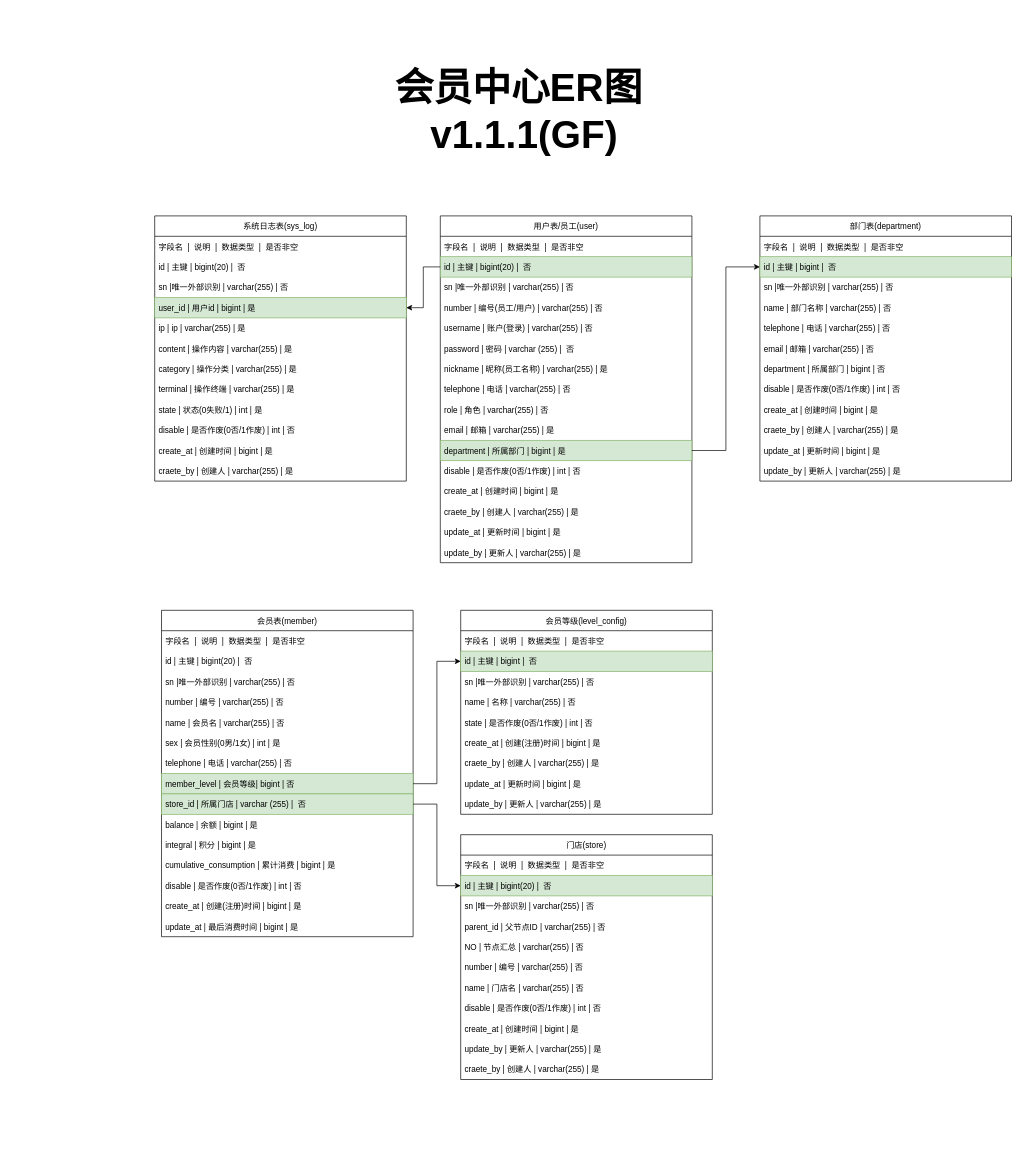
Above: er/tf/会员中心.drawio in GF521123/file (draw.io), before the change. Source tidied: cells renumbered, new cells numbered last; positions are measured from the earlier drawing's top-left corner, leaving out a move shared by most shapes. Both pictures are drawn from the tidied source at 68%, with x=0, y=0 at pixel (154, 59).
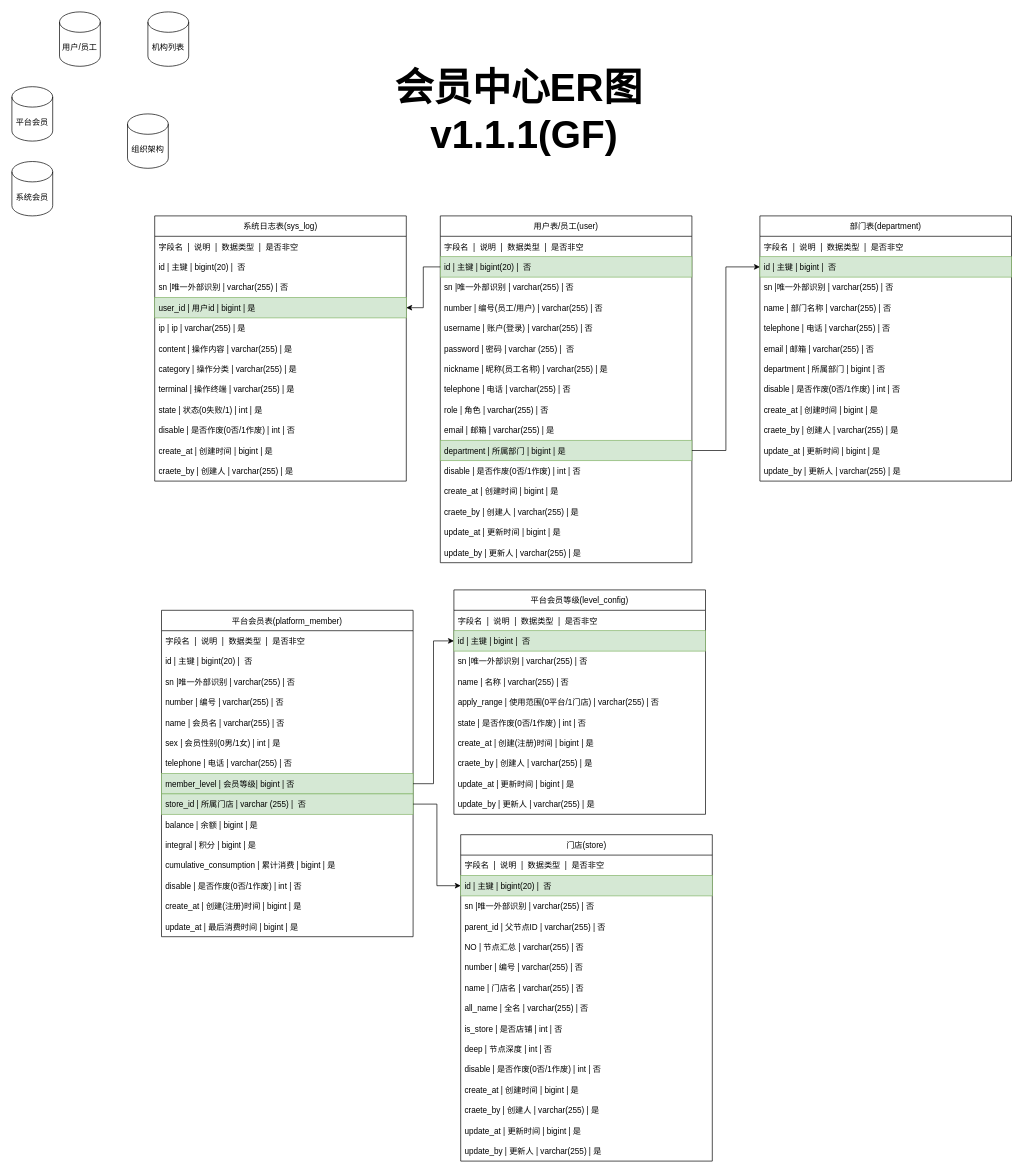
After the change.

Commit message:
更新会员中心.drawio

The edit, as a diff of the source:
```diff
@@
-    <mxCell id="48" value="会员表(member)" style="swimlane;fontStyle=0;horizontal=1;startSize=30;" parent="1" vertex="1">
+    <mxCell id="48" value="平台会员表(platform_member)" style="swimlane;fontStyle=0;horizontal=1;startSize=30;" parent="1" vertex="1">
       <mxGeometry x="10" y="810" width="370" height="480" as="geometry" />
     </mxCell>
@@
-    <mxCell id="64" value="会员等级(level_config)" style="swimlane;fontStyle=0;horizontal=1;startSize=30;" parent="1" vertex="1">
-      <mxGeometry x="450" y="810" width="370" height="300" as="geometry" />
+    <mxCell id="64" value="平台会员等级(level_config)" style="swimlane;fontStyle=0;horizontal=1;startSize=30;" parent="1" vertex="1">
+      <mxGeometry x="440" y="780" width="370" height="330" as="geometry" />
     </mxCell>
@@
+    <mxCell id="88" value="apply_range | 使用范围(0平台/1门店) | varchar(255) | 否" style="text;strokeColor=none;fillColor=none;align=left;verticalAlign=middle;spacingLeft=4;spacingRight=4;overflow=hidden;" parent="64" vertex="1">
+      <mxGeometry y="150" width="370" height="30" as="geometry" />
+    </mxCell>
     <mxCell id="69" value="state | 是否作废(0否/1作废) | int | 否" style="text;strokeColor=none;fillColor=none;align=left;verticalAlign=middle;spacingLeft=4;spacingRight=4;overflow=hidden;" parent="64" vertex="1">
-      <mxGeometry y="150" width="370" height="30" as="geometry" />
+      <mxGeometry y="180" width="370" height="30" as="geometry" />
     </mxCell>
     <mxCell id="70" value="create_at | 创建(注册)时间 | bigint | 是" style="text;strokeColor=none;fillColor=none;align=left;verticalAlign=middle;spacingLeft=4;spacingRight=4;overflow=hidden;" parent="64" vertex="1">
-      <mxGeometry y="180" width="370" height="30" as="geometry" />
+      <mxGeometry y="210" width="370" height="30" as="geometry" />
     </mxCell>
     <mxCell id="71" value="craete_by | 创建人 | varchar(255) | 是" style="text;strokeColor=none;fillColor=none;align=left;verticalAlign=middle;spacingLeft=4;spacingRight=4;overflow=hidden;" parent="64" vertex="1">
-      <mxGeometry y="210" width="370" height="30" as="geometry" />
+      <mxGeometry y="240" width="370" height="30" as="geometry" />
     </mxCell>
     <mxCell id="72" value="update_at | 更新时间 | bigint | 是" style="text;strokeColor=none;fillColor=none;align=left;verticalAlign=middle;spacingLeft=4;spacingRight=4;overflow=hidden;" parent="64" vertex="1">
-      <mxGeometry y="240" width="370" height="30" as="geometry" />
+      <mxGeometry y="270" width="370" height="30" as="geometry" />
     </mxCell>
     <mxCell id="73" value="update_by | 更新人 | varchar(255) | 是" style="text;strokeColor=none;fillColor=none;align=left;verticalAlign=middle;spacingLeft=4;spacingRight=4;overflow=hidden;" parent="64" vertex="1">
-      <mxGeometry y="270" width="370" height="30" as="geometry" />
+      <mxGeometry y="300" width="370" height="30" as="geometry" />
     </mxCell>
@@
     <mxCell id="75" value="门店(store)" style="swimlane;fontStyle=0;horizontal=1;startSize=30;" parent="1" vertex="1">
-      <mxGeometry x="450" y="1140" width="370" height="360" as="geometry" />
+      <mxGeometry x="450" y="1140" width="370" height="480" as="geometry" />
     </mxCell>
@@
+    <mxCell id="89" value="all_name | 全名 | varchar(255) | 否  " style="text;strokeColor=none;fillColor=none;align=left;verticalAlign=middle;spacingLeft=4;spacingRight=4;overflow=hidden;" parent="75" vertex="1">
+      <mxGeometry y="240" width="370" height="30" as="geometry" />
+    </mxCell>
+    <mxCell id="90" value="is_store | 是否店铺 | int | 否  " style="text;strokeColor=none;fillColor=none;align=left;verticalAlign=middle;spacingLeft=4;spacingRight=4;overflow=hidden;" parent="75" vertex="1">
+      <mxGeometry y="270" width="370" height="30" as="geometry" />
+    </mxCell>
+    <mxCell id="91" value="deep | 节点深度 | int | 否  " style="text;strokeColor=none;fillColor=none;align=left;verticalAlign=middle;spacingLeft=4;spacingRight=4;overflow=hidden;" parent="75" vertex="1">
+      <mxGeometry y="300" width="370" height="30" as="geometry" />
+    </mxCell>
     <mxCell id="83" value="disable | 是否作废(0否/1作废) | int | 否" style="text;strokeColor=none;fillColor=none;align=left;verticalAlign=middle;spacingLeft=4;spacingRight=4;overflow=hidden;" parent="75" vertex="1">
-      <mxGeometry y="240" width="370" height="30" as="geometry" />
+      <mxGeometry y="330" width="370" height="30" as="geometry" />
     </mxCell>
     <mxCell id="84" value="create_at | 创建时间 | bigint | 是" style="text;strokeColor=none;fillColor=none;align=left;verticalAlign=middle;spacingLeft=4;spacingRight=4;overflow=hidden;" parent="75" vertex="1">
-      <mxGeometry y="270" width="370" height="30" as="geometry" />
+      <mxGeometry y="360" width="370" height="30" as="geometry" />
     </mxCell>
+    <mxCell id="86" value="craete_by | 创建人 | varchar(255) | 是" style="text;strokeColor=none;fillColor=none;align=left;verticalAlign=middle;spacingLeft=4;spacingRight=4;overflow=hidden;" parent="75" vertex="1">
+      <mxGeometry y="390" width="370" height="30" as="geometry" />
+    </mxCell>
+    <mxCell id="92" value="update_at | 更新时间 | bigint | 是" style="text;strokeColor=none;fillColor=none;align=left;verticalAlign=middle;spacingLeft=4;spacingRight=4;overflow=hidden;" parent="75" vertex="1">
+      <mxGeometry y="420" width="370" height="30" as="geometry" />
+    </mxCell>
     <mxCell id="85" value="update_by | 更新人 | varchar(255) | 是" style="text;strokeColor=none;fillColor=none;align=left;verticalAlign=middle;spacingLeft=4;spacingRight=4;overflow=hidden;" parent="75" vertex="1">
-      <mxGeometry y="300" width="370" height="30" as="geometry" />
+      <mxGeometry y="450" width="370" height="30" as="geometry" />
     </mxCell>
-    <mxCell id="86" value="craete_by | 创建人 | varchar(255) | 是" style="text;strokeColor=none;fillColor=none;align=left;verticalAlign=middle;spacingLeft=4;spacingRight=4;overflow=hidden;" parent="75" vertex="1">
-      <mxGeometry y="330" width="370" height="30" as="geometry" />
-    </mxCell>
@@
+    <mxCell id="93" value="用户/员工" style="shape=cylinder3;whiteSpace=wrap;html=1;boundedLbl=1;backgroundOutline=1;size=15;" parent="1" vertex="1">
+      <mxGeometry x="-140" y="-70" width="60" height="80" as="geometry" />
+    </mxCell>
+    <mxCell id="94" value="平台会员" style="shape=cylinder3;whiteSpace=wrap;html=1;boundedLbl=1;backgroundOutline=1;size=15;" parent="1" vertex="1">
+      <mxGeometry x="-210" y="40" width="60" height="80" as="geometry" />
+    </mxCell>
+    <mxCell id="95" value="系统会员" style="shape=cylinder3;whiteSpace=wrap;html=1;boundedLbl=1;backgroundOutline=1;size=15;" parent="1" vertex="1">
+      <mxGeometry x="-210" y="150" width="60" height="80" as="geometry" />
+    </mxCell>
+    <mxCell id="96" value="机构列表" style="shape=cylinder3;whiteSpace=wrap;html=1;boundedLbl=1;backgroundOutline=1;size=15;" parent="1" vertex="1">
+      <mxGeometry x="-10" y="-70" width="60" height="80" as="geometry" />
+    </mxCell>
+    <mxCell id="97" value="组织架构" style="shape=cylinder3;whiteSpace=wrap;html=1;boundedLbl=1;backgroundOutline=1;size=15;" parent="1" vertex="1">
+      <mxGeometry x="-40" y="80" width="60" height="80" as="geometry" />
+    </mxCell>
```
